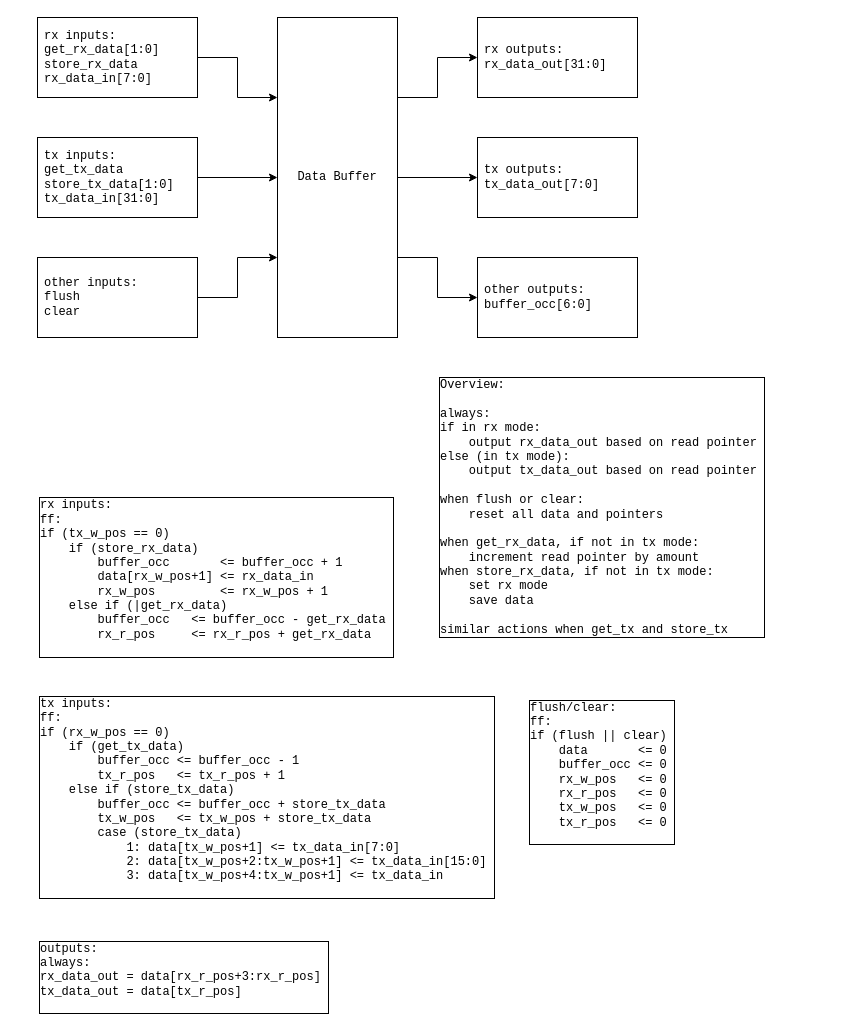
Above: diagrams/data-buffer.drawio in bryceberger/337-project (draw.io), before the change. Source tidied: cells renumbered, new cells numbered last; positions are measured from the earlier drawing's top-left corner, leaving out a move shared by most shapes. Both pictures are drawn from the tidied source at 100%, with x=0, y=0 at pixel (37, 17).
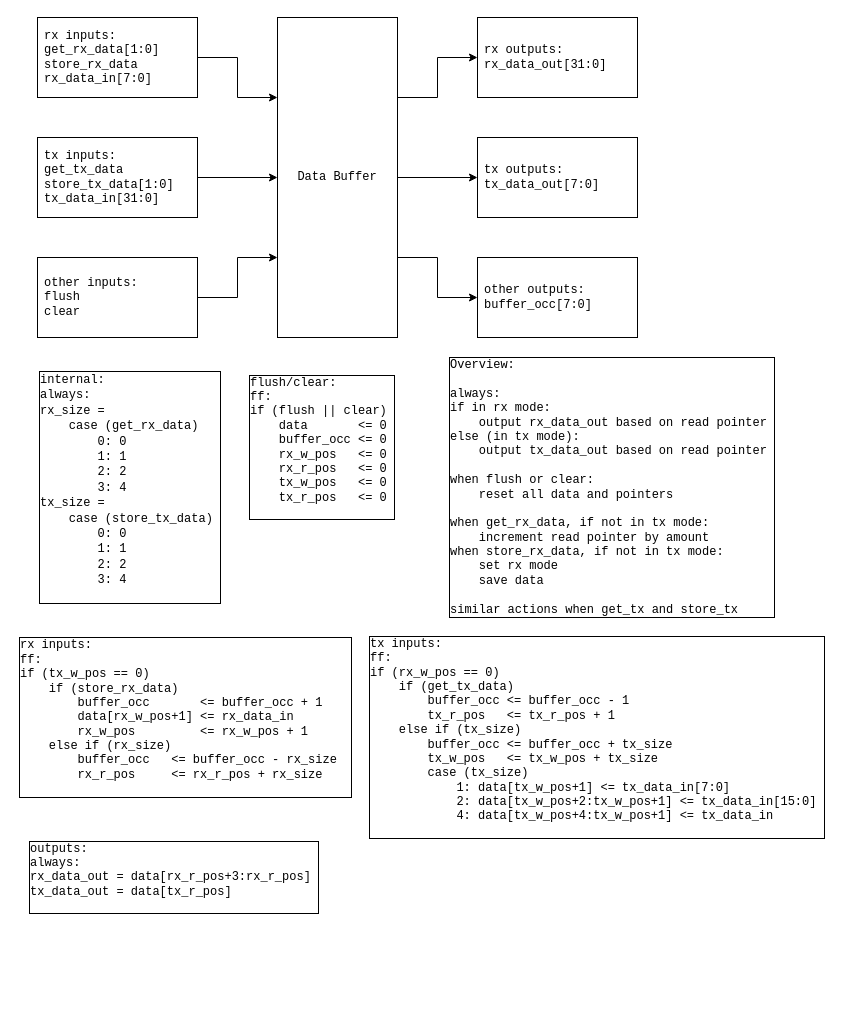
After the change.

Commit message (it also covers changes not shown here):
Diagram fixes from TA meeting

The edit, as a diff of the source:
```diff
@@
-    <mxCell id="14" value="other outputs:&lt;br&gt;buffer_occ[6:0]" style="rounded=0;whiteSpace=wrap;html=1;fontFamily=Courier New;align=left;spacingLeft=5;spacing=2;" parent="1" vertex="1">
+    <mxCell id="14" value="other outputs:&lt;br&gt;buffer_occ[7:0]" style="rounded=0;whiteSpace=wrap;html=1;fontFamily=Courier New;align=left;spacingLeft=5;spacing=2;" parent="1" vertex="1">
       <mxGeometry x="440" y="240" width="160" height="80" as="geometry" />
     </mxCell>
     <mxCell id="15" value="outputs:&lt;br&gt;always:&lt;br&gt;rx_data_out = data[rx_r_pos+3:rx_r_pos]&amp;nbsp;&lt;br&gt;tx_data_out = data[tx_r_pos]&lt;br&gt;&amp;nbsp;" style="text;html=1;align=left;verticalAlign=middle;strokeColor=none;fillColor=none;fontFamily=Courier New;labelBorderColor=default;" parent="1" vertex="1">
-      <mxGeometry y="920" width="300" height="80" as="geometry" />
+      <mxGeometry x="-10" y="820" width="300" height="80" as="geometry" />
     </mxCell>
     <mxCell id="16" value="flush/clear:&lt;br&gt;ff:&lt;br&gt;if (flush || clear)&amp;nbsp;&lt;br&gt;&amp;nbsp; &amp;nbsp; data&amp;nbsp; &amp;nbsp; &amp;nbsp; &amp;nbsp;&amp;lt;= 0&lt;br&gt;&amp;nbsp; &amp;nbsp; buffer_occ &amp;lt;= 0&lt;br&gt;&amp;nbsp; &amp;nbsp; rx_w_pos&amp;nbsp; &amp;nbsp;&amp;lt;= 0&lt;br&gt;&amp;nbsp; &amp;nbsp; rx_r_pos&amp;nbsp; &amp;nbsp;&amp;lt;= 0&lt;br&gt;&amp;nbsp; &amp;nbsp; tx_w_pos&amp;nbsp; &amp;nbsp;&amp;lt;= 0&lt;br&gt;&amp;nbsp; &amp;nbsp; tx_r_pos&amp;nbsp; &amp;nbsp;&amp;lt;= 0&lt;br&gt;&amp;nbsp;" style="text;html=1;align=left;verticalAlign=middle;strokeColor=none;fillColor=none;fontFamily=Courier New;labelBorderColor=default;" parent="1" vertex="1">
-      <mxGeometry x="490" y="680" width="160" height="150" as="geometry" />
+      <mxGeometry x="210" y="355" width="160" height="150" as="geometry" />
     </mxCell>
-    <mxCell id="17" value="rx inputs:&lt;br&gt;ff:&lt;br&gt;if (tx_w_pos == 0)&lt;br&gt;&amp;nbsp; &amp;nbsp; if (store_rx_data)&lt;br&gt;&amp;nbsp; &amp;nbsp;&amp;nbsp;&amp;nbsp; &amp;nbsp; buffer_occ&amp;nbsp; &amp;nbsp; &amp;nbsp; &amp;nbsp;&amp;lt;= buffer_occ + 1&amp;nbsp;&lt;br&gt;&amp;nbsp; &amp;nbsp;&amp;nbsp;&amp;nbsp; &amp;nbsp; data[rx_w_pos+1] &amp;lt;= rx_data_in&lt;br&gt;&amp;nbsp; &amp;nbsp;&amp;nbsp;&amp;nbsp; &amp;nbsp; rx_w_pos&amp;nbsp; &amp;nbsp; &amp;nbsp; &amp;nbsp; &amp;nbsp;&amp;lt;= rx_w_pos + 1&lt;br&gt;&amp;nbsp; &amp;nbsp;&amp;nbsp;else if (|get_rx_data)&lt;br&gt;&amp;nbsp; &amp;nbsp;&amp;nbsp;&amp;nbsp; &amp;nbsp; buffer_occ&amp;nbsp; &amp;nbsp;&amp;lt;= buffer_occ - get_rx_data&amp;nbsp;&lt;br&gt;&amp;nbsp; &amp;nbsp;&amp;nbsp;&amp;nbsp; &amp;nbsp; rx_r_pos&amp;nbsp; &amp;nbsp; &amp;nbsp;&amp;lt;= rx_r_pos + get_rx_data&amp;nbsp;&lt;br&gt;&amp;nbsp;" style="text;html=1;align=left;verticalAlign=middle;strokeColor=none;fillColor=none;fontFamily=Courier New;labelBorderColor=default;" parent="1" vertex="1">
-      <mxGeometry y="480" width="370" height="160" as="geometry" />
+    <mxCell id="17" value="rx inputs:&lt;br&gt;ff:&lt;br&gt;if (tx_w_pos == 0)&lt;br&gt;&amp;nbsp; &amp;nbsp; if (store_rx_data)&lt;br&gt;&amp;nbsp; &amp;nbsp;&amp;nbsp;&amp;nbsp; &amp;nbsp; buffer_occ&amp;nbsp; &amp;nbsp; &amp;nbsp; &amp;nbsp;&amp;lt;= buffer_occ + 1&amp;nbsp;&lt;br&gt;&amp;nbsp; &amp;nbsp;&amp;nbsp;&amp;nbsp; &amp;nbsp; data[rx_w_pos+1] &amp;lt;= rx_data_in&lt;br&gt;&amp;nbsp; &amp;nbsp;&amp;nbsp;&amp;nbsp; &amp;nbsp; rx_w_pos&amp;nbsp; &amp;nbsp; &amp;nbsp; &amp;nbsp; &amp;nbsp;&amp;lt;= rx_w_pos + 1&lt;br&gt;&amp;nbsp; &amp;nbsp;&amp;nbsp;else if (rx_size)&lt;br&gt;&amp;nbsp; &amp;nbsp;&amp;nbsp;&amp;nbsp; &amp;nbsp; buffer_occ&amp;nbsp; &amp;nbsp;&amp;lt;= buffer_occ - rx_size&amp;nbsp;&amp;nbsp;&lt;br&gt;&amp;nbsp; &amp;nbsp;&amp;nbsp;&amp;nbsp; &amp;nbsp; rx_r_pos&amp;nbsp; &amp;nbsp; &amp;nbsp;&amp;lt;= rx_r_pos + rx_size&lt;br&gt;&amp;nbsp;" style="text;html=1;align=left;verticalAlign=middle;strokeColor=none;fillColor=none;fontFamily=Courier New;labelBorderColor=default;" parent="1" vertex="1">
+      <mxGeometry x="-20" y="620" width="350" height="160" as="geometry" />
     </mxCell>
-    <mxCell id="18" value="tx inputs:&lt;br&gt;ff:&lt;br&gt;if (rx_w_pos == 0)&lt;br&gt;&amp;nbsp; &amp;nbsp;&amp;nbsp;if (get_tx_data)&lt;br&gt;&amp;nbsp; &amp;nbsp;&amp;nbsp;&amp;nbsp; &amp;nbsp; buffer_occ &amp;lt;= buffer_occ - 1&lt;br&gt;&amp;nbsp; &amp;nbsp;&amp;nbsp;&amp;nbsp; &amp;nbsp; tx_r_pos&amp;nbsp; &amp;nbsp;&amp;lt;= tx_r_pos + 1&amp;nbsp;&lt;br&gt;&amp;nbsp; &amp;nbsp;&amp;nbsp;else if (store_tx_data)&lt;br&gt;&amp;nbsp; &amp;nbsp;&amp;nbsp;&amp;nbsp; &amp;nbsp; buffer_occ &amp;lt;= buffer_occ + store_tx_data&amp;nbsp;&lt;br&gt;&amp;nbsp; &amp;nbsp;&amp;nbsp;&amp;nbsp; &amp;nbsp; tx_w_pos&amp;nbsp; &amp;nbsp;&amp;lt;= tx_w_pos + store_tx_data&lt;br&gt;&amp;nbsp; &amp;nbsp; &amp;nbsp; &amp;nbsp; case (store_tx_data)&lt;br&gt;&amp;nbsp; &amp;nbsp; &amp;nbsp; &amp;nbsp; &amp;nbsp; &amp;nbsp; 1: data[tx_w_pos+1] &amp;lt;= tx_data_in[7:0]&lt;br&gt;&amp;nbsp; &amp;nbsp; &amp;nbsp; &amp;nbsp; &amp;nbsp; &amp;nbsp; 2: data[tx_w_pos+2:tx_w_pos+1] &amp;lt;= tx_data_in[15:0]&amp;nbsp;&lt;br&gt;&amp;nbsp; &amp;nbsp; &amp;nbsp; &amp;nbsp; &amp;nbsp; &amp;nbsp; 3: data[tx_w_pos+4:tx_w_pos+1] &amp;lt;= tx_data_in&lt;br&gt;&amp;nbsp;" style="text;html=1;align=left;verticalAlign=middle;strokeColor=none;fillColor=none;fontFamily=Courier New;labelBorderColor=default;" parent="1" vertex="1">
-      <mxGeometry y="680" width="470" height="200" as="geometry" />
+    <mxCell id="18" value="tx inputs:&lt;br&gt;ff:&lt;br&gt;if (rx_w_pos == 0)&lt;br&gt;&amp;nbsp; &amp;nbsp;&amp;nbsp;if (get_tx_data)&lt;br&gt;&amp;nbsp; &amp;nbsp;&amp;nbsp;&amp;nbsp; &amp;nbsp; buffer_occ &amp;lt;= buffer_occ - 1&lt;br&gt;&amp;nbsp; &amp;nbsp;&amp;nbsp;&amp;nbsp; &amp;nbsp; tx_r_pos&amp;nbsp; &amp;nbsp;&amp;lt;= tx_r_pos + 1&amp;nbsp;&lt;br&gt;&amp;nbsp; &amp;nbsp;&amp;nbsp;else if (tx_size)&lt;br&gt;&amp;nbsp; &amp;nbsp;&amp;nbsp;&amp;nbsp; &amp;nbsp; buffer_occ &amp;lt;= buffer_occ + tx_size&amp;nbsp;&lt;br&gt;&amp;nbsp; &amp;nbsp;&amp;nbsp;&amp;nbsp; &amp;nbsp; tx_w_pos&amp;nbsp; &amp;nbsp;&amp;lt;= tx_w_pos + tx_size&lt;br&gt;&amp;nbsp; &amp;nbsp; &amp;nbsp; &amp;nbsp; case (tx_size)&lt;br&gt;&amp;nbsp; &amp;nbsp; &amp;nbsp; &amp;nbsp; &amp;nbsp; &amp;nbsp; 1: data[tx_w_pos+1] &amp;lt;= tx_data_in[7:0]&lt;br&gt;&amp;nbsp; &amp;nbsp; &amp;nbsp; &amp;nbsp; &amp;nbsp; &amp;nbsp; 2: data[tx_w_pos+2:tx_w_pos+1] &amp;lt;= tx_data_in[15:0]&amp;nbsp;&lt;br&gt;&amp;nbsp; &amp;nbsp; &amp;nbsp; &amp;nbsp; &amp;nbsp; &amp;nbsp; 4: data[tx_w_pos+4:tx_w_pos+1] &amp;lt;= tx_data_in&lt;br&gt;&amp;nbsp;" style="text;html=1;align=left;verticalAlign=middle;strokeColor=none;fillColor=none;fontFamily=Courier New;labelBorderColor=default;" parent="1" vertex="1">
+      <mxGeometry x="330" y="620" width="470" height="200" as="geometry" />
     </mxCell>
     <mxCell id="19" value="Overview:&lt;br&gt;&lt;br&gt;always:&lt;br&gt;if in rx mode:&lt;br&gt;&amp;nbsp; &amp;nbsp; output rx_data_out based on read pointer&amp;nbsp;&lt;br&gt;else (in tx mode):&lt;br&gt;&amp;nbsp; &amp;nbsp; output tx_data_out based on read pointer&lt;br&gt;&lt;br&gt;when flush or clear:&lt;br&gt;&amp;nbsp; &amp;nbsp; reset all data and pointers&lt;br&gt;&lt;br&gt;when get_rx_data, if not in tx mode:&lt;br&gt;&amp;nbsp; &amp;nbsp; increment read pointer by amount&lt;br&gt;when store_rx_data, if not in tx mode:&lt;br&gt;&amp;nbsp; &amp;nbsp; set rx mode&lt;br&gt;&amp;nbsp; &amp;nbsp; save data&lt;br&gt;&lt;br&gt;similar actions when get_tx and store_tx" style="text;html=1;align=left;verticalAlign=middle;strokeColor=none;fillColor=none;fontFamily=Courier New;labelBorderColor=default;" parent="1" vertex="1">
-      <mxGeometry x="400" y="360" width="340" height="260" as="geometry" />
+      <mxGeometry x="410" y="340" width="340" height="260" as="geometry" />
     </mxCell>
+    <mxCell id="20" value="&lt;font face=&quot;Courier New&quot;&gt;internal:&lt;br&gt;always:&lt;br&gt;rx_size =&lt;br&gt;&amp;nbsp; &amp;nbsp; case (get_rx_data)&lt;br&gt;&amp;nbsp; &amp;nbsp; &amp;nbsp; &amp;nbsp; 0: 0&lt;br&gt;&amp;nbsp; &amp;nbsp; &amp;nbsp; &amp;nbsp; 1: 1&lt;br&gt;&amp;nbsp; &amp;nbsp; &amp;nbsp; &amp;nbsp; 2: 2&lt;br&gt;&amp;nbsp; &amp;nbsp; &amp;nbsp; &amp;nbsp; 3: 4&lt;br&gt;&lt;/font&gt;&lt;span style=&quot;font-family: &amp;#34;courier new&amp;#34;&quot;&gt;tx_size =&lt;/span&gt;&lt;br style=&quot;font-family: &amp;#34;courier new&amp;#34;&quot;&gt;&lt;span style=&quot;font-family: &amp;#34;courier new&amp;#34;&quot;&gt;&amp;nbsp; &amp;nbsp; case (store_tx_data)&amp;nbsp;&lt;/span&gt;&lt;br style=&quot;font-family: &amp;#34;courier new&amp;#34;&quot;&gt;&lt;span style=&quot;font-family: &amp;#34;courier new&amp;#34;&quot;&gt;&amp;nbsp; &amp;nbsp; &amp;nbsp; &amp;nbsp; 0: 0&lt;/span&gt;&lt;br style=&quot;font-family: &amp;#34;courier new&amp;#34;&quot;&gt;&lt;span style=&quot;font-family: &amp;#34;courier new&amp;#34;&quot;&gt;&amp;nbsp; &amp;nbsp; &amp;nbsp; &amp;nbsp; 1: 1&lt;/span&gt;&lt;br style=&quot;font-family: &amp;#34;courier new&amp;#34;&quot;&gt;&lt;span style=&quot;font-family: &amp;#34;courier new&amp;#34;&quot;&gt;&amp;nbsp; &amp;nbsp; &amp;nbsp; &amp;nbsp; 2: 2&lt;/span&gt;&lt;br style=&quot;font-family: &amp;#34;courier new&amp;#34;&quot;&gt;&lt;span style=&quot;font-family: &amp;#34;courier new&amp;#34;&quot;&gt;&amp;nbsp; &amp;nbsp; &amp;nbsp; &amp;nbsp; 3: 4&lt;br&gt;&lt;/span&gt;&lt;font face=&quot;Courier New&quot;&gt;&lt;br&gt;&lt;/font&gt;" style="text;html=1;align=left;verticalAlign=middle;strokeColor=none;fillColor=none;labelBorderColor=default;" parent="1" vertex="1">
+      <mxGeometry y="355" width="200" height="230" as="geometry" />
+    </mxCell>
```
